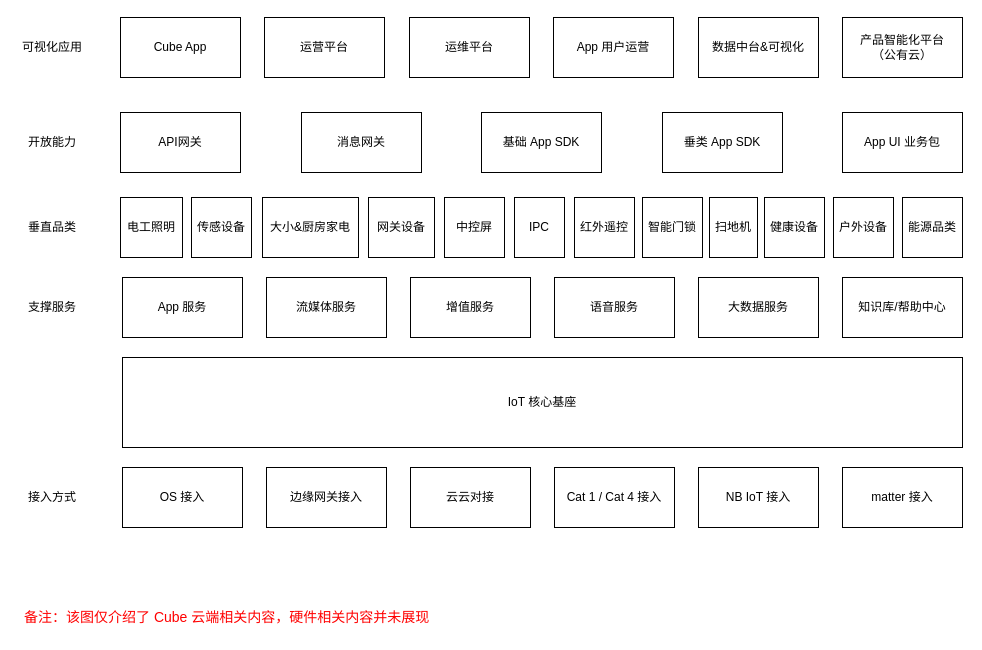
Above: Cube2.0.drawio in Sidamor/drawio (draw.io), before the change. Source tidied: cells renumbered, new cells numbered last; positions are measured from the earlier drawing's top-left corner, leaving out a move shared by most shapes. Both pictures are drawn from the tidied source at 100%, with x=0, y=0 at pixel (17, 17).
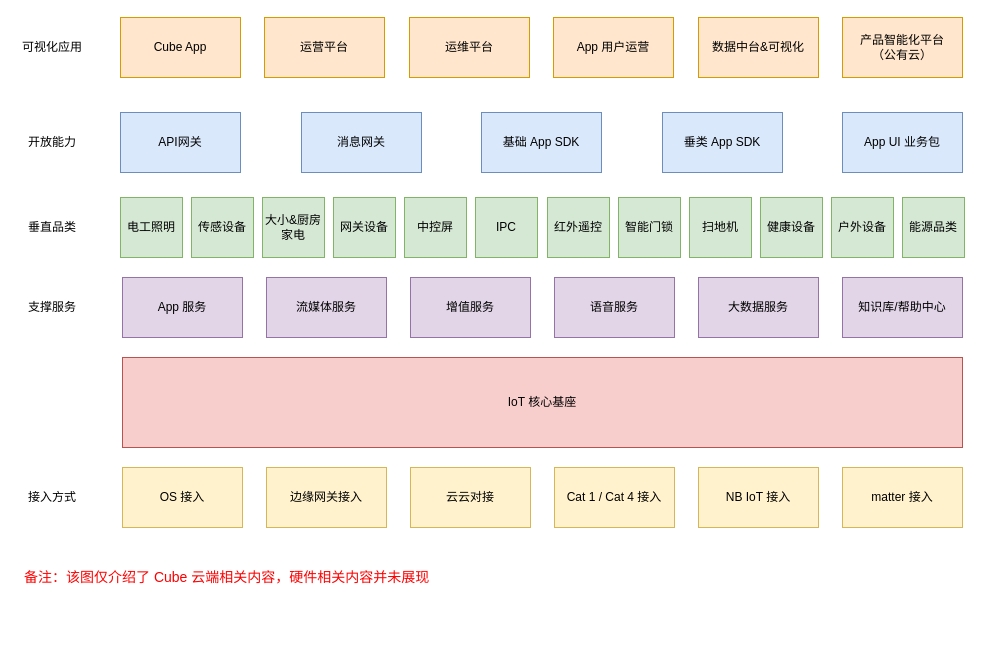
The same diagram, later.

Diff of the diagram source:
```diff
@@
-    <mxCell id="2" value="IoT 核心基座" style="rounded=0;whiteSpace=wrap;html=1;" parent="1" vertex="1">
+    <mxCell id="2" value="IoT 核心基座" style="rounded=0;whiteSpace=wrap;html=1;fillColor=#f8cecc;strokeColor=#b85450;" parent="1" vertex="1">
       <mxGeometry x="105" y="340" width="840" height="90" as="geometry" />
     </mxCell>
-    <mxCell id="3" value="OS 接入" style="rounded=0;whiteSpace=wrap;html=1;" parent="1" vertex="1">
+    <mxCell id="3" value="OS 接入" style="rounded=0;whiteSpace=wrap;html=1;fillColor=#fff2cc;strokeColor=#d6b656;" parent="1" vertex="1">
       <mxGeometry x="105" y="450" width="120" height="60" as="geometry" />
     </mxCell>
-    <mxCell id="4" value="边缘网关接入" style="rounded=0;whiteSpace=wrap;html=1;" parent="1" vertex="1">
+    <mxCell id="4" value="边缘网关接入" style="rounded=0;whiteSpace=wrap;html=1;fillColor=#fff2cc;strokeColor=#d6b656;" parent="1" vertex="1">
       <mxGeometry x="249" y="450" width="120" height="60" as="geometry" />
     </mxCell>
-    <mxCell id="5" value="云云对接" style="rounded=0;whiteSpace=wrap;html=1;" parent="1" vertex="1">
+    <mxCell id="5" value="云云对接" style="rounded=0;whiteSpace=wrap;html=1;fillColor=#fff2cc;strokeColor=#d6b656;" parent="1" vertex="1">
       <mxGeometry x="393" y="450" width="120" height="60" as="geometry" />
     </mxCell>
-    <mxCell id="6" value="matter 接入" style="rounded=0;whiteSpace=wrap;html=1;" parent="1" vertex="1">
+    <mxCell id="6" value="matter 接入" style="rounded=0;whiteSpace=wrap;html=1;fillColor=#fff2cc;strokeColor=#d6b656;" parent="1" vertex="1">
       <mxGeometry x="825" y="450" width="120" height="60" as="geometry" />
     </mxCell>
-    <mxCell id="7" value="Cat 1 / Cat 4 接入" style="rounded=0;whiteSpace=wrap;html=1;" parent="1" vertex="1">
+    <mxCell id="7" value="Cat 1 / Cat 4 接入" style="rounded=0;whiteSpace=wrap;html=1;fillColor=#fff2cc;strokeColor=#d6b656;" parent="1" vertex="1">
       <mxGeometry x="537" y="450" width="120" height="60" as="geometry" />
     </mxCell>
-    <mxCell id="8" value="NB IoT 接入" style="rounded=0;whiteSpace=wrap;html=1;" parent="1" vertex="1">
+    <mxCell id="8" value="NB IoT 接入" style="rounded=0;whiteSpace=wrap;html=1;fillColor=#fff2cc;strokeColor=#d6b656;" parent="1" vertex="1">
       <mxGeometry x="681" y="450" width="120" height="60" as="geometry" />
     </mxCell>
-    <mxCell id="9" value="电工照明" style="rounded=0;whiteSpace=wrap;html=1;" parent="1" vertex="1">
+    <mxCell id="9" value="电工照明" style="rounded=0;whiteSpace=wrap;html=1;fillColor=#d5e8d4;strokeColor=#82b366;imageWidth=24;" parent="1" vertex="1">
       <mxGeometry x="103" y="180" width="62" height="60" as="geometry" />
     </mxCell>
-    <mxCell id="10" value="传感设备" style="rounded=0;whiteSpace=wrap;html=1;" parent="1" vertex="1">
-      <mxGeometry x="174" y="180" width="60" height="60" as="geometry" />
+    <mxCell id="10" value="传感设备" style="rounded=0;whiteSpace=wrap;html=1;fillColor=#d5e8d4;strokeColor=#82b366;imageWidth=24;" parent="1" vertex="1">
+      <mxGeometry x="174" y="180" width="62" height="60" as="geometry" />
     </mxCell>
-    <mxCell id="11" value="大小&amp;amp;厨房家电" style="rounded=0;whiteSpace=wrap;html=1;" parent="1" vertex="1">
-      <mxGeometry x="245" y="180" width="96" height="60" as="geometry" />
+    <mxCell id="11" value="大小&amp;amp;厨房家电" style="rounded=0;whiteSpace=wrap;html=1;fillColor=#d5e8d4;strokeColor=#82b366;imageWidth=24;" parent="1" vertex="1">
+      <mxGeometry x="245" y="180" width="62" height="60" as="geometry" />
     </mxCell>
-    <mxCell id="12" value="大数据服务" style="rounded=0;whiteSpace=wrap;html=1;" parent="1" vertex="1">
+    <mxCell id="12" value="大数据服务" style="rounded=0;whiteSpace=wrap;html=1;fillColor=#e1d5e7;strokeColor=#9673a6;" parent="1" vertex="1">
       <mxGeometry x="681" y="260" width="120" height="60" as="geometry" />
     </mxCell>
-    <mxCell id="13" value="流媒体服务" style="rounded=0;whiteSpace=wrap;html=1;" parent="1" vertex="1">
+    <mxCell id="13" value="流媒体服务" style="rounded=0;whiteSpace=wrap;html=1;fillColor=#e1d5e7;strokeColor=#9673a6;" parent="1" vertex="1">
       <mxGeometry x="249" y="260" width="120" height="60" as="geometry" />
     </mxCell>
-    <mxCell id="14" value="网关设备" style="rounded=0;whiteSpace=wrap;html=1;" parent="1" vertex="1">
-      <mxGeometry x="351" y="180" width="66" height="60" as="geometry" />
+    <mxCell id="14" value="网关设备" style="rounded=0;whiteSpace=wrap;html=1;fillColor=#d5e8d4;strokeColor=#82b366;imageWidth=24;" parent="1" vertex="1">
+      <mxGeometry x="316" y="180" width="62" height="60" as="geometry" />
     </mxCell>
-    <mxCell id="15" value="中控屏" style="rounded=0;whiteSpace=wrap;html=1;" parent="1" vertex="1">
-      <mxGeometry x="427" y="180" width="60" height="60" as="geometry" />
+    <mxCell id="15" value="中控屏" style="rounded=0;whiteSpace=wrap;html=1;fillColor=#d5e8d4;strokeColor=#82b366;imageWidth=24;" parent="1" vertex="1">
+      <mxGeometry x="387" y="180" width="62" height="60" as="geometry" />
     </mxCell>
-    <mxCell id="16" value="IPC" style="rounded=0;whiteSpace=wrap;html=1;" parent="1" vertex="1">
-      <mxGeometry x="497" y="180" width="50" height="60" as="geometry" />
+    <mxCell id="16" value="IPC" style="rounded=0;whiteSpace=wrap;html=1;fillColor=#d5e8d4;strokeColor=#82b366;imageWidth=24;" parent="1" vertex="1">
+      <mxGeometry x="458" y="180" width="62" height="60" as="geometry" />
     </mxCell>
-    <mxCell id="17" value="红外遥控" style="rounded=0;whiteSpace=wrap;html=1;" parent="1" vertex="1">
-      <mxGeometry x="557" y="180" width="60" height="60" as="geometry" />
+    <mxCell id="17" value="红外遥控" style="rounded=0;whiteSpace=wrap;html=1;fillColor=#d5e8d4;strokeColor=#82b366;imageWidth=24;" parent="1" vertex="1">
+      <mxGeometry x="530" y="180" width="62" height="60" as="geometry" />
     </mxCell>
-    <mxCell id="18" value="智能门锁" style="rounded=0;whiteSpace=wrap;html=1;" parent="1" vertex="1">
-      <mxGeometry x="625" y="180" width="60" height="60" as="geometry" />
+    <mxCell id="18" value="智能门锁" style="rounded=0;whiteSpace=wrap;html=1;fillColor=#d5e8d4;strokeColor=#82b366;imageWidth=24;" parent="1" vertex="1">
+      <mxGeometry x="601" y="180" width="62" height="60" as="geometry" />
     </mxCell>
-    <mxCell id="19" value="扫地机" style="rounded=0;whiteSpace=wrap;html=1;" parent="1" vertex="1">
-      <mxGeometry x="692" y="180" width="48" height="60" as="geometry" />
+    <mxCell id="19" value="扫地机" style="rounded=0;whiteSpace=wrap;html=1;fillColor=#d5e8d4;strokeColor=#82b366;imageWidth=24;" parent="1" vertex="1">
+      <mxGeometry x="672" y="180" width="62" height="60" as="geometry" />
     </mxCell>
-    <mxCell id="20" value="健康设备" style="rounded=0;whiteSpace=wrap;html=1;" parent="1" vertex="1">
-      <mxGeometry x="747" y="180" width="60" height="60" as="geometry" />
+    <mxCell id="20" value="健康设备" style="rounded=0;whiteSpace=wrap;html=1;fillColor=#d5e8d4;strokeColor=#82b366;imageWidth=24;" parent="1" vertex="1">
+      <mxGeometry x="743" y="180" width="62" height="60" as="geometry" />
     </mxCell>
-    <mxCell id="21" value="户外设备" style="rounded=0;whiteSpace=wrap;html=1;" parent="1" vertex="1">
-      <mxGeometry x="816" y="180" width="60" height="60" as="geometry" />
+    <mxCell id="21" value="户外设备" style="rounded=0;whiteSpace=wrap;html=1;fillColor=#d5e8d4;strokeColor=#82b366;imageWidth=24;" parent="1" vertex="1">
+      <mxGeometry x="814" y="180" width="62" height="60" as="geometry" />
     </mxCell>
-    <mxCell id="22" value="能源品类" style="rounded=0;whiteSpace=wrap;html=1;" parent="1" vertex="1">
-      <mxGeometry x="885" y="180" width="60" height="60" as="geometry" />
+    <mxCell id="22" value="能源品类" style="rounded=0;whiteSpace=wrap;html=1;fillColor=#d5e8d4;strokeColor=#82b366;imageWidth=24;" parent="1" vertex="1">
+      <mxGeometry x="885" y="180" width="62" height="60" as="geometry" />
     </mxCell>
-    <mxCell id="23" value="知识库/帮助中心" style="rounded=0;whiteSpace=wrap;html=1;" parent="1" vertex="1">
+    <mxCell id="23" value="知识库/帮助中心" style="rounded=0;whiteSpace=wrap;html=1;fillColor=#e1d5e7;strokeColor=#9673a6;" parent="1" vertex="1">
       <mxGeometry x="825" y="260" width="120" height="60" as="geometry" />
     </mxCell>
-    <mxCell id="24" value="语音服务" style="rounded=0;whiteSpace=wrap;html=1;" parent="1" vertex="1">
+    <mxCell id="24" value="语音服务" style="rounded=0;whiteSpace=wrap;html=1;fillColor=#e1d5e7;strokeColor=#9673a6;" parent="1" vertex="1">
       <mxGeometry x="537" y="260" width="120" height="60" as="geometry" />
     </mxCell>
-    <mxCell id="25" value="App 服务" style="rounded=0;whiteSpace=wrap;html=1;" parent="1" vertex="1">
+    <mxCell id="25" value="App 服务" style="rounded=0;whiteSpace=wrap;html=1;fillColor=#e1d5e7;strokeColor=#9673a6;" parent="1" vertex="1">
       <mxGeometry x="105" y="260" width="120" height="60" as="geometry" />
     </mxCell>
-    <mxCell id="26" value="增值服务" style="rounded=0;whiteSpace=wrap;html=1;" parent="1" vertex="1">
+    <mxCell id="26" value="增值服务" style="rounded=0;whiteSpace=wrap;html=1;fillColor=#e1d5e7;strokeColor=#9673a6;" parent="1" vertex="1">
       <mxGeometry x="393" y="260" width="120" height="60" as="geometry" />
     </mxCell>
@@
     <mxCell id="30" value="备注：该图仅介绍了 Cube 云端相关内容，硬件相关内容并未展现" style="text;strokeColor=none;align=left;fillColor=none;html=1;verticalAlign=middle;whiteSpace=wrap;rounded=0;fontColor=#FF0000;fontSize=14;" parent="1" vertex="1">
-      <mxGeometry x="5" y="585" width="870" height="30" as="geometry" />
+      <mxGeometry x="5" y="545" width="870" height="30" as="geometry" />
     </mxCell>
@@
-    <mxCell id="33" value="Cube App" style="rounded=0;whiteSpace=wrap;html=1;" parent="1" vertex="1">
+    <mxCell id="33" value="Cube App" style="rounded=0;whiteSpace=wrap;html=1;fillColor=#ffe6cc;strokeColor=#d79b00;" parent="1" vertex="1">
       <mxGeometry x="103" width="120" height="60" as="geometry" />
     </mxCell>
-    <mxCell id="34" value="运营平台" style="rounded=0;whiteSpace=wrap;html=1;" parent="1" vertex="1">
+    <mxCell id="34" value="运营平台" style="rounded=0;whiteSpace=wrap;html=1;fillColor=#ffe6cc;strokeColor=#d79b00;" parent="1" vertex="1">
       <mxGeometry x="247" width="120" height="60" as="geometry" />
     </mxCell>
-    <mxCell id="35" value="运维平台" style="rounded=0;whiteSpace=wrap;html=1;" parent="1" vertex="1">
+    <mxCell id="35" value="运维平台" style="rounded=0;whiteSpace=wrap;html=1;fillColor=#ffe6cc;strokeColor=#d79b00;" parent="1" vertex="1">
       <mxGeometry x="392" width="120" height="60" as="geometry" />
     </mxCell>
-    <mxCell id="36" value="API网关" style="rounded=0;whiteSpace=wrap;html=1;" parent="1" vertex="1">
+    <mxCell id="36" value="API网关" style="rounded=0;whiteSpace=wrap;html=1;fillColor=#dae8fc;strokeColor=#6c8ebf;" parent="1" vertex="1">
       <mxGeometry x="103" y="95" width="120" height="60" as="geometry" />
     </mxCell>
-    <mxCell id="37" value="消息网关" style="rounded=0;whiteSpace=wrap;html=1;" parent="1" vertex="1">
+    <mxCell id="37" value="消息网关" style="rounded=0;whiteSpace=wrap;html=1;fillColor=#dae8fc;strokeColor=#6c8ebf;" parent="1" vertex="1">
       <mxGeometry x="284" y="95" width="120" height="60" as="geometry" />
     </mxCell>
-    <mxCell id="38" value="基础 App SDK" style="rounded=0;whiteSpace=wrap;html=1;" parent="1" vertex="1">
+    <mxCell id="38" value="基础 App SDK" style="rounded=0;whiteSpace=wrap;html=1;fillColor=#dae8fc;strokeColor=#6c8ebf;" parent="1" vertex="1">
       <mxGeometry x="464" y="95" width="120" height="60" as="geometry" />
     </mxCell>
-    <mxCell id="39" value="垂类 App SDK" style="rounded=0;whiteSpace=wrap;html=1;" parent="1" vertex="1">
+    <mxCell id="39" value="垂类 App SDK" style="rounded=0;whiteSpace=wrap;html=1;fillColor=#dae8fc;strokeColor=#6c8ebf;" parent="1" vertex="1">
       <mxGeometry x="645" y="95" width="120" height="60" as="geometry" />
     </mxCell>
-    <mxCell id="40" value="App UI 业务包" style="rounded=0;whiteSpace=wrap;html=1;" parent="1" vertex="1">
+    <mxCell id="40" value="App UI 业务包" style="rounded=0;whiteSpace=wrap;html=1;fillColor=#dae8fc;strokeColor=#6c8ebf;" parent="1" vertex="1">
       <mxGeometry x="825" y="95" width="120" height="60" as="geometry" />
     </mxCell>
-    <mxCell id="41" value="产品智能化平台&lt;br&gt;（公有云）" style="rounded=0;whiteSpace=wrap;html=1;" parent="1" vertex="1">
+    <mxCell id="41" value="产品智能化平台&lt;br&gt;（公有云）" style="rounded=0;whiteSpace=wrap;html=1;fillColor=#ffe6cc;strokeColor=#d79b00;" parent="1" vertex="1">
       <mxGeometry x="825" width="120" height="60" as="geometry" />
     </mxCell>
-    <mxCell id="42" value="数据中台&amp;amp;可视化" style="rounded=0;whiteSpace=wrap;html=1;" parent="1" vertex="1">
+    <mxCell id="42" value="数据中台&amp;amp;可视化" style="rounded=0;whiteSpace=wrap;html=1;fillColor=#ffe6cc;strokeColor=#d79b00;" parent="1" vertex="1">
       <mxGeometry x="681" width="120" height="60" as="geometry" />
     </mxCell>
-    <mxCell id="43" value="App 用户运营" style="rounded=0;whiteSpace=wrap;html=1;" parent="1" vertex="1">
+    <mxCell id="43" value="App 用户运营" style="rounded=0;whiteSpace=wrap;html=1;fillColor=#ffe6cc;strokeColor=#d79b00;" parent="1" vertex="1">
       <mxGeometry x="536" width="120" height="60" as="geometry" />
     </mxCell>
```
